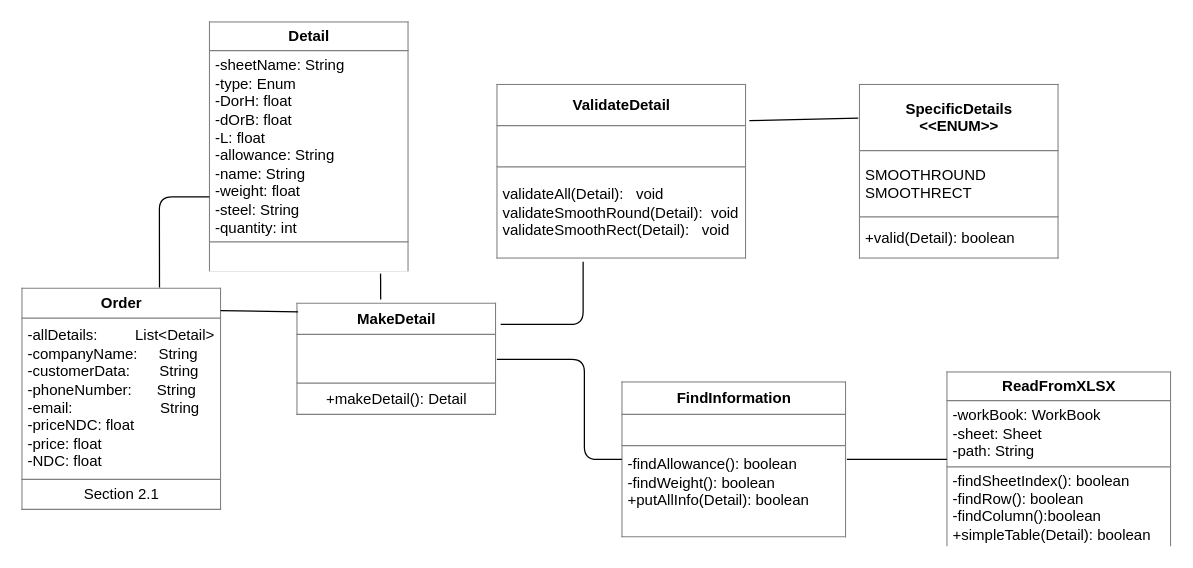
Earlier version of the draw.io diagram calculator_class_diagram.drawio (yarovii/aratta-invest). Source tidied: cells renumbered, new cells numbered last; positions are measured from the earlier drawing's top-left corner, leaving out a move shared by most shapes. Both pictures are drawn from the tidied source at 125%, with x=0, y=0 at pixel (21, 21).
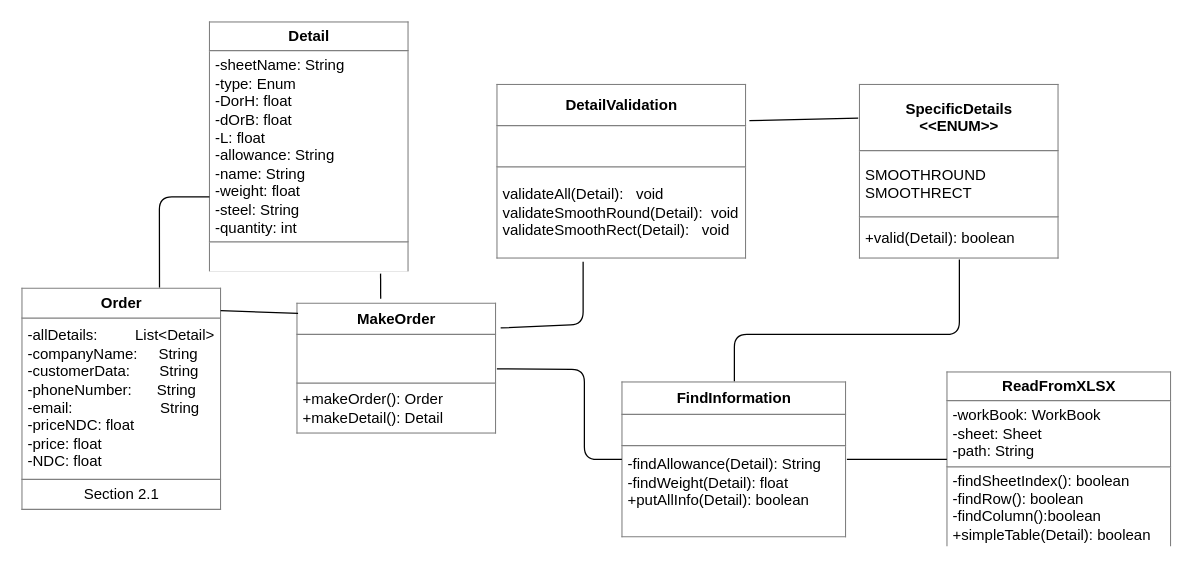
Above is the later version.

The change refers to these unchanged cells:
```xml
<mxCell id="6" value="&lt;table border=&quot;1&quot; width=&quot;100%&quot; cellpadding=&quot;4&quot; style=&quot;width: 100% ; height: 100% ; border-collapse: collapse&quot;&gt;&lt;tbody&gt;&lt;tr&gt;&lt;th align=&quot;center&quot;&gt;SpecificDetails&lt;br&gt;&amp;lt;&amp;lt;ENUM&amp;gt;&amp;gt;&lt;/th&gt;&lt;/tr&gt;&lt;tr&gt;&lt;td&gt;SMOOTHROUND&lt;br&gt;SMOOTHRECT&lt;/td&gt;&lt;/tr&gt;&lt;tr&gt;&lt;td&gt;+valid(Detail): boolean&lt;/td&gt;&lt;/tr&gt;&lt;/tbody&gt;&lt;/table&gt;" style="text;html=1;strokeColor=none;fillColor=none;overflow=fill;" parent="1" vertex="1">
  <mxGeometry x="670" y="50" width="160" height="140" as="geometry" />
</mxCell>
```

Change to the diagram source:
```diff
@@
-    <mxCell id="2" value="&lt;table border=&quot;1&quot; width=&quot;100%&quot; cellpadding=&quot;4&quot; style=&quot;width: 100% ; height: 100% ; border-collapse: collapse&quot;&gt;&lt;tbody&gt;&lt;tr&gt;&lt;th align=&quot;center&quot;&gt;&lt;b&gt;MakeDetail&lt;/b&gt;&lt;/th&gt;&lt;/tr&gt;&lt;tr&gt;&lt;td align=&quot;center&quot;&gt;&lt;br&gt;&lt;br&gt;&lt;/td&gt;&lt;/tr&gt;&lt;tr&gt;&lt;td align=&quot;center&quot;&gt;+makeDetail(): Detail&lt;/td&gt;&lt;/tr&gt;&lt;/tbody&gt;&lt;/table&gt;" style="text;html=1;strokeColor=none;fillColor=none;overflow=fill;" parent="1" vertex="1">
-      <mxGeometry x="220" y="225" width="160" height="90" as="geometry" />
+    <mxCell id="2" value="&lt;table border=&quot;1&quot; width=&quot;100%&quot; cellpadding=&quot;4&quot; style=&quot;width: 100% ; height: 100% ; border-collapse: collapse&quot;&gt;&lt;tbody&gt;&lt;tr&gt;&lt;th align=&quot;center&quot;&gt;&lt;b&gt;MakeOrder&lt;/b&gt;&lt;/th&gt;&lt;/tr&gt;&lt;tr&gt;&lt;td align=&quot;center&quot;&gt;&lt;br&gt;&lt;br&gt;&lt;/td&gt;&lt;/tr&gt;&lt;tr&gt;&lt;td&gt;+makeOrder(): Order&lt;br&gt;+makeDetail(): Detail&lt;/td&gt;&lt;/tr&gt;&lt;/tbody&gt;&lt;/table&gt;" style="text;html=1;strokeColor=none;fillColor=none;overflow=fill;" parent="1" vertex="1">
+      <mxGeometry x="220" y="225" width="160" height="105" as="geometry" />
     </mxCell>
@@
-    <mxCell id="5" value="&lt;table border=&quot;1&quot; width=&quot;100%&quot; cellpadding=&quot;4&quot; style=&quot;width: 100% ; height: 100% ; border-collapse: collapse&quot;&gt;&lt;tbody&gt;&lt;tr&gt;&lt;th align=&quot;center&quot;&gt;ValidateDetail&lt;/th&gt;&lt;/tr&gt;&lt;tr&gt;&lt;td&gt;&lt;br&gt;&lt;/td&gt;&lt;/tr&gt;&lt;tr&gt;&lt;td&gt;validateAll(Detail): &amp;nbsp; void&lt;br&gt;validateSmoothRound(Detail): &amp;nbsp;void&lt;br&gt;validateSmoothRect(Detail): &amp;nbsp; void&lt;/td&gt;&lt;/tr&gt;&lt;/tbody&gt;&lt;/table&gt;" style="text;html=1;strokeColor=none;fillColor=none;overflow=fill;" parent="1" vertex="1">
+    <mxCell id="5" value="&lt;table border=&quot;1&quot; width=&quot;100%&quot; cellpadding=&quot;4&quot; style=&quot;width: 100% ; height: 100% ; border-collapse: collapse&quot;&gt;&lt;tbody&gt;&lt;tr&gt;&lt;th align=&quot;center&quot;&gt;DetailValidation&lt;/th&gt;&lt;/tr&gt;&lt;tr&gt;&lt;td&gt;&lt;br&gt;&lt;/td&gt;&lt;/tr&gt;&lt;tr&gt;&lt;td&gt;validateAll(Detail): &amp;nbsp; void&lt;br&gt;validateSmoothRound(Detail): &amp;nbsp;void&lt;br&gt;validateSmoothRect(Detail): &amp;nbsp; void&lt;/td&gt;&lt;/tr&gt;&lt;/tbody&gt;&lt;/table&gt;" style="text;html=1;strokeColor=none;fillColor=none;overflow=fill;" parent="1" vertex="1">
       <mxGeometry x="380" y="50" width="200" height="140" as="geometry" />
     </mxCell>
@@
-    <mxCell id="12" value="&lt;table border=&quot;1&quot; width=&quot;100%&quot; cellpadding=&quot;4&quot; style=&quot;width: 100% ; height: 100% ; border-collapse: collapse&quot;&gt;&lt;tbody&gt;&lt;tr&gt;&lt;th align=&quot;center&quot;&gt;FindInformation&lt;/th&gt;&lt;/tr&gt;&lt;tr&gt;&lt;td&gt;&lt;br&gt;&lt;/td&gt;&lt;/tr&gt;&lt;tr&gt;&lt;td&gt;-findAllowance(): boolean&lt;br&gt;-findWeight(): boolean&lt;br&gt;+putAllInfo(Detail): boolean&lt;br&gt;&lt;br&gt;&lt;/td&gt;&lt;/tr&gt;&lt;/tbody&gt;&lt;/table&gt;" style="text;html=1;strokeColor=none;fillColor=none;overflow=fill;" parent="1" vertex="1">
+    <mxCell id="12" value="&lt;table border=&quot;1&quot; width=&quot;100%&quot; cellpadding=&quot;4&quot; style=&quot;width: 100% ; height: 100% ; border-collapse: collapse&quot;&gt;&lt;tbody&gt;&lt;tr&gt;&lt;th align=&quot;center&quot;&gt;FindInformation&lt;/th&gt;&lt;/tr&gt;&lt;tr&gt;&lt;td&gt;&lt;br&gt;&lt;/td&gt;&lt;/tr&gt;&lt;tr&gt;&lt;td&gt;-findAllowance(Detail): String&lt;br&gt;-findWeight(Detail): float&lt;br&gt;+putAllInfo(Detail): boolean&lt;br&gt;&lt;br&gt;&lt;/td&gt;&lt;/tr&gt;&lt;/tbody&gt;&lt;/table&gt;" style="text;html=1;strokeColor=none;fillColor=none;overflow=fill;" parent="1" vertex="1">
       <mxGeometry x="480" y="287.5" width="180" height="125" as="geometry" />
     </mxCell>
@@
     <mxCell id="14" style="endArrow=none;html=1;exitX=1;exitY=0.5;exitDx=0;exitDy=0;entryX=0;entryY=0.5;entryDx=0;entryDy=0;" parent="1" edge="1" source="2" target="12">
       <mxGeometry relative="1" as="geometry">
         <Array as="points">
-          <mxPoint x="450" y="270" />
+          <mxPoint x="450" y="278" />
           <mxPoint x="450" y="350" />
         </Array>
       </mxGeometry>
     </mxCell>
@@
+    <mxCell id="16" style="endArrow=none;html=1;entryX=0.5;entryY=1;entryDx=0;entryDy=0;exitX=0.5;exitY=0;exitDx=0;exitDy=0;" parent="1" edge="1" source="12" target="6">
+      <mxGeometry relative="1" as="geometry">
+        <Array as="points">
+          <mxPoint x="570" y="250" />
+          <mxPoint x="750" y="250" />
+        </Array>
+      </mxGeometry>
+    </mxCell>
```
